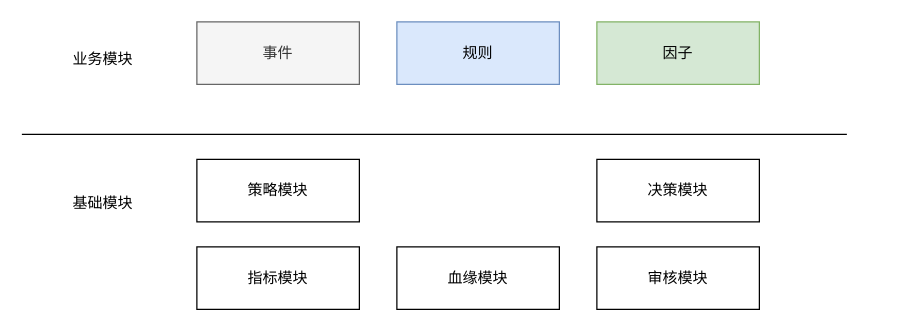
Before: risk-portal.drawio in learn2Pro/draw_io_save, a draw.io diagram. Source tidied: cells renumbered, new cells numbered last; positions are measured from the earlier drawing's top-left corner, leaving out a move shared by most shapes. Both pictures are drawn from the tidied source at 125%, with x=0, y=0 at pixel (21, 21).
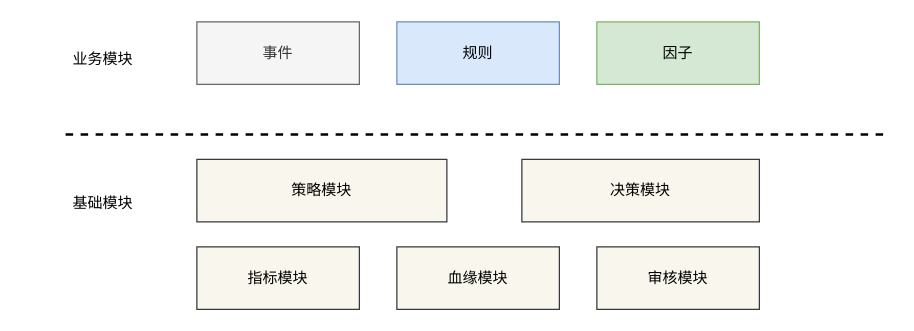
The same page after the edit.

Change to the diagram source:
```diff
@@
 <mxGraphModel>
   <root>
     <mxCell id="0" />
     <mxCell id="1" parent="0" />
     <mxCell id="2" value="事件" style="rounded=0;whiteSpace=wrap;html=1;fillColor=#f5f5f5;strokeColor=#666666;fontColor=#333333;" parent="1" vertex="1">
       <mxGeometry x="140" width="130" height="50" as="geometry" />
     </mxCell>
-    <mxCell id="3" value="策略模块" style="rounded=0;whiteSpace=wrap;html=1;" parent="1" vertex="1">
-      <mxGeometry x="140" y="110" width="130" height="50" as="geometry" />
+    <mxCell id="3" value="策略模块" style="rounded=0;whiteSpace=wrap;html=1;fillColor=#f9f7ed;strokeColor=#36393d;" parent="1" vertex="1">
+      <mxGeometry x="140" y="110" width="200" height="50" as="geometry" />
     </mxCell>
-    <mxCell id="4" value="决策模块" style="rounded=0;whiteSpace=wrap;html=1;" parent="1" vertex="1">
-      <mxGeometry x="460" y="110" width="130" height="50" as="geometry" />
+    <mxCell id="4" value="决策模块" style="rounded=0;whiteSpace=wrap;html=1;fillColor=#f9f7ed;strokeColor=#36393d;" parent="1" vertex="1">
+      <mxGeometry x="400" y="110" width="190" height="50" as="geometry" />
     </mxCell>
-    <mxCell id="5" value="指标模块" style="rounded=0;whiteSpace=wrap;html=1;" parent="1" vertex="1">
+    <mxCell id="5" value="指标模块" style="rounded=0;whiteSpace=wrap;html=1;fillColor=#f9f7ed;strokeColor=#36393d;" parent="1" vertex="1">
       <mxGeometry x="140" y="180" width="130" height="50" as="geometry" />
     </mxCell>
-    <mxCell id="6" value="血缘模块" style="rounded=0;whiteSpace=wrap;html=1;" parent="1" vertex="1">
+    <mxCell id="6" value="血缘模块" style="rounded=0;whiteSpace=wrap;html=1;fillColor=#f9f7ed;strokeColor=#36393d;" parent="1" vertex="1">
       <mxGeometry x="300" y="180" width="130" height="50" as="geometry" />
     </mxCell>
-    <mxCell id="7" value="审核模块" style="rounded=0;whiteSpace=wrap;html=1;" parent="1" vertex="1">
+    <mxCell id="7" value="审核模块" style="rounded=0;whiteSpace=wrap;html=1;fillColor=#f9f7ed;strokeColor=#36393d;" parent="1" vertex="1">
       <mxGeometry x="460" y="180" width="130" height="50" as="geometry" />
     </mxCell>
     <mxCell id="8" value="业务模块" style="text;html=1;strokeColor=none;fillColor=none;align=center;verticalAlign=middle;whiteSpace=wrap;rounded=0;" parent="1" vertex="1">
       <mxGeometry x="40" y="20" width="50" height="20" as="geometry" />
     </mxCell>
     <mxCell id="9" value="规则" style="rounded=0;whiteSpace=wrap;html=1;fillColor=#dae8fc;strokeColor=#6c8ebf;" parent="1" vertex="1">
       <mxGeometry x="300" width="130" height="50" as="geometry" />
     </mxCell>
     <mxCell id="10" value="因子" style="rounded=0;whiteSpace=wrap;html=1;fillColor=#d5e8d4;strokeColor=#82b366;" parent="1" vertex="1">
       <mxGeometry x="460" width="130" height="50" as="geometry" />
     </mxCell>
     <mxCell id="11" value="基础模块" style="text;html=1;strokeColor=none;fillColor=none;align=center;verticalAlign=middle;whiteSpace=wrap;rounded=0;" parent="1" vertex="1">
       <mxGeometry x="40" y="135" width="50" height="20" as="geometry" />
     </mxCell>
     <mxCell id="12" style="edgeStyle=orthogonalEdgeStyle;rounded=0;orthogonalLoop=1;jettySize=auto;html=1;exitX=0.5;exitY=1;exitDx=0;exitDy=0;" parent="1" edge="1" source="11" target="11">
       <mxGeometry relative="1" as="geometry" />
     </mxCell>
-    <mxCell id="13" style="endArrow=none;html=1;" parent="1" edge="1">
+    <mxCell id="13" style="endArrow=none;html=1;dashed=1;fontStyle=1;strokeWidth=2;" parent="1" edge="1">
       <mxGeometry relative="1" as="geometry">
-        <mxPoint y="90" as="sourcePoint" />
-        <mxPoint x="660" y="90" as="targetPoint" />
+        <mxPoint x="35" y="90" as="sourcePoint" />
+        <mxPoint x="695" y="90" as="targetPoint" />
       </mxGeometry>
     </mxCell>
   </root>
 </mxGraphModel>
```
